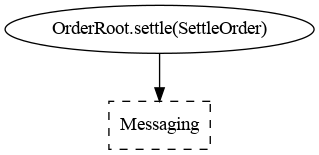
Above: shop-doc/img/shop_ordersettlement.png in pousse-cafe/pousse-cafe.github.io (Graphviz), before the change. Its source is kept beside it as shop-doc/img/shop_ordersettlement.dot.
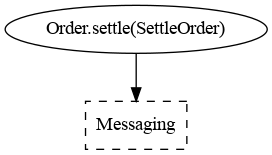
Later version of the same file.

The edit, as a diff of the source:
```diff
@@ -1,6 +1,6 @@
 digraph {
 splines=spline;
-"OrderRoot.settle(SettleOrder)" -> "Messaging" [style=solid];
-"OrderRoot.settle(SettleOrder)"[shape=ellipse];
+"Order.settle(SettleOrder)" -> "Messaging" [style=solid];
+"Order.settle(SettleOrder)"[shape=ellipse];
 "Messaging"[shape=box,style=dashed];
 }
```
